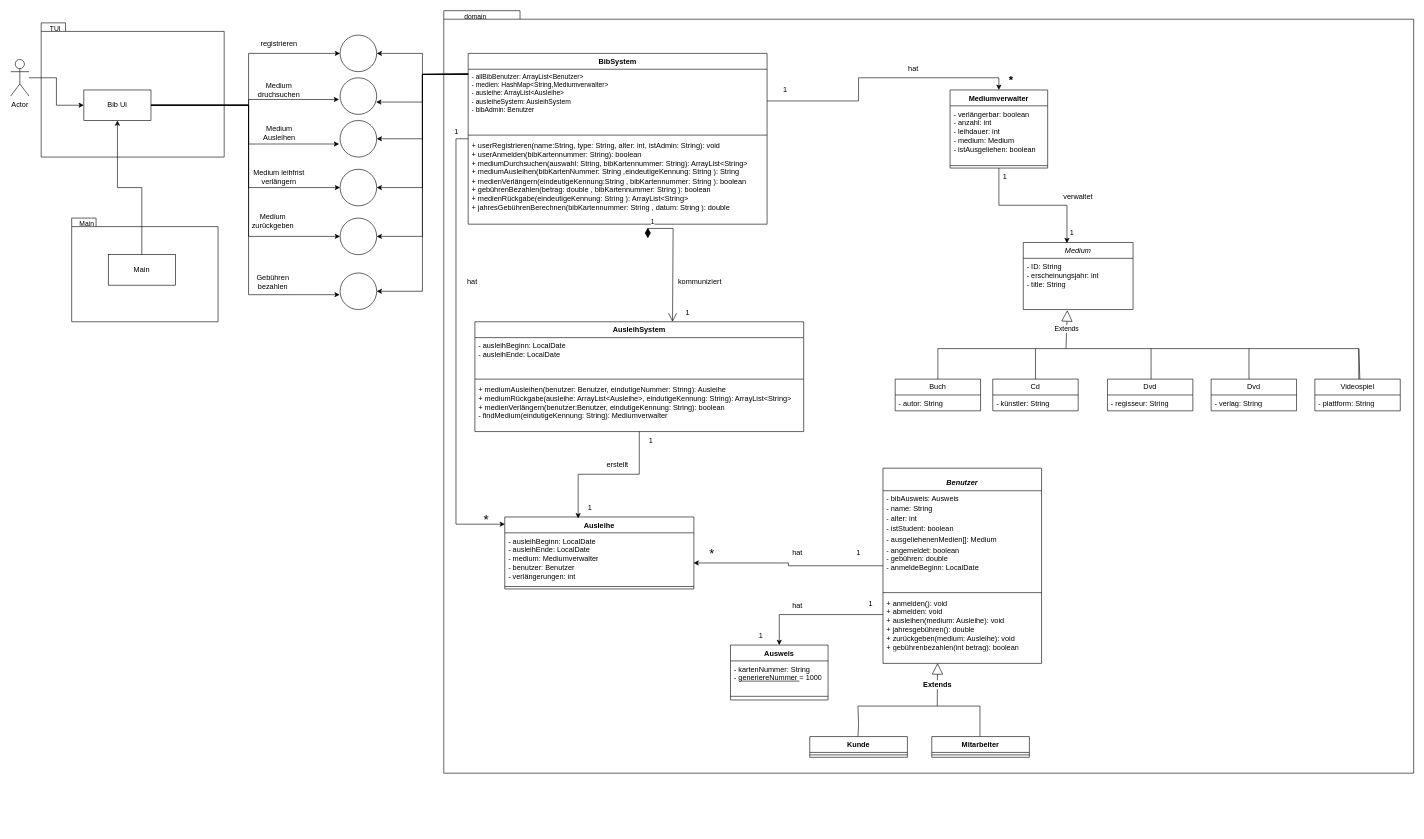
Earlier version of the draw.io diagram Bibliotheksverwaltungssystem/Design/SystemUml.drawio (ObaiAlbek/Bibliotheksverwaltungssystem). Source tidied: cells renumbered, new cells numbered last; positions are measured from the earlier drawing's top-left corner, leaving out a move shared by most shapes. Both pictures are drawn from the tidied source at 61%, with x=0, y=0 at pixel (10, 10).
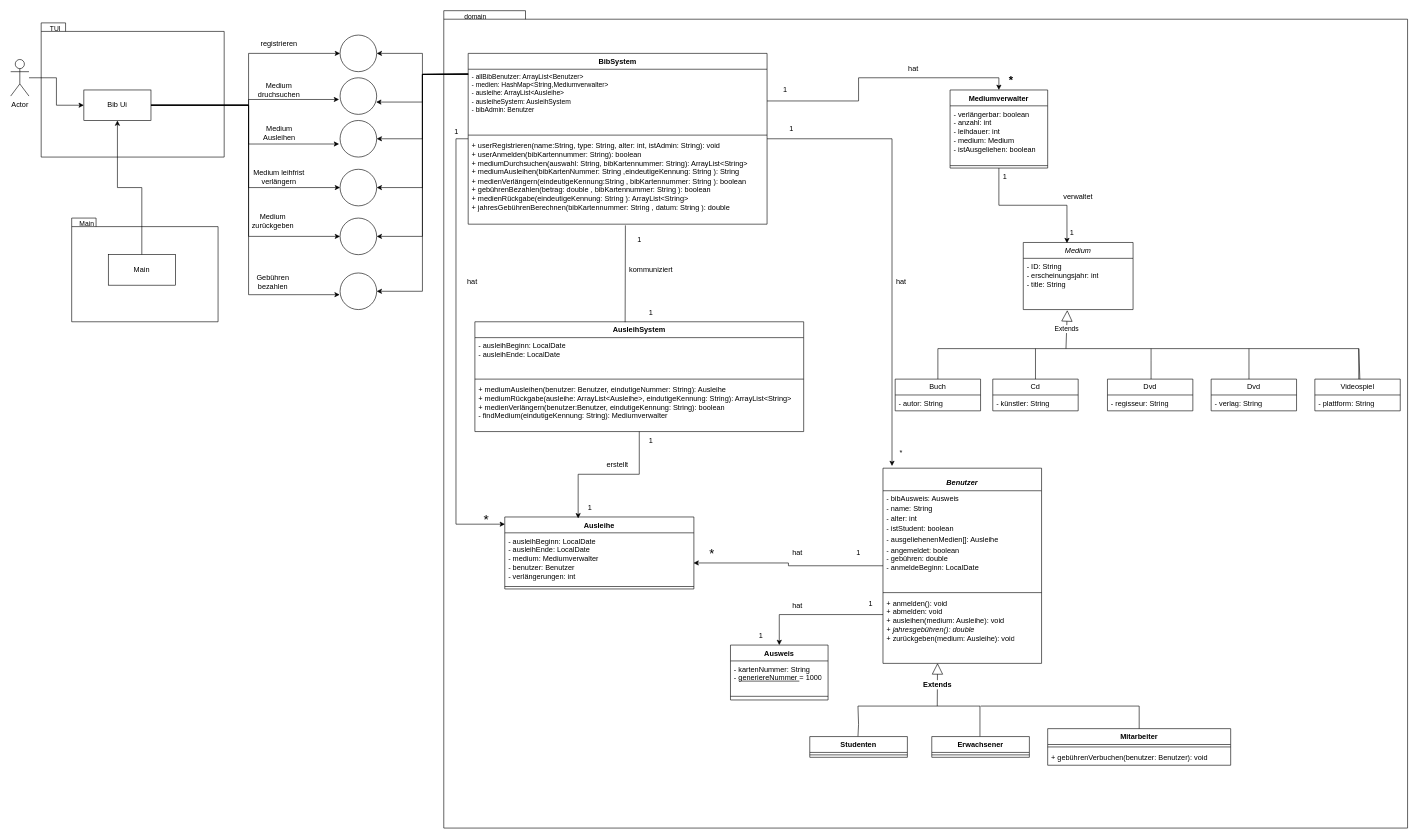
Above is the later version.

Unchanged cells that the change refers to:
```xml
<mxCell id="54" value="&lt;i&gt;Benutzer&lt;/i&gt;" style="swimlane;fontStyle=1;align=center;verticalAlign=top;horizontal=1;startSize=37;whiteSpace=wrap;html=1;strokeColor=default;spacingTop=10;fontFamily=Helvetica;fontSize=12;fontColor=default;fillColor=default;" parent="1" vertex="1">
  <mxGeometry x="1430" y="750" width="260" height="320" as="geometry" />
</mxCell>
<mxCell id="62" value="BibSystem" style="swimlane;fontStyle=1;align=center;verticalAlign=top;horizontal=1;startSize=26;whiteSpace=wrap;html=1;" parent="1" vertex="1">
  <mxGeometry x="750" y="70" width="490" height="280" as="geometry" />
</mxCell>
<mxCell id="65" value="+ userRegistrieren(name:String, type: String, alter: int, istAdmin: String): void&lt;div&gt;+ userAnmelden(bibKartennummer: String): boolean&lt;/div&gt;&lt;div&gt;+&amp;nbsp;mediumDurchsuchen(auswahl: String, bibKartennummer: String): ArrayList&amp;lt;String&amp;gt;&lt;/div&gt;&lt;div&gt;+&amp;nbsp;mediumAusleihen(bibKartenNummer:&amp;nbsp;&lt;span style=&quot;background-color: initial;&quot;&gt;String&lt;/span&gt;&lt;span style=&quot;background-color: initial;&quot;&gt;&amp;nbsp;&lt;/span&gt;&lt;span style=&quot;background-color: initial;&quot;&gt;,eindeutigeKennung:&amp;nbsp;&lt;/span&gt;&lt;span style=&quot;background-color: initial;&quot;&gt;String&lt;/span&gt;&lt;span style=&quot;background-color: initial;&quot;&gt;&amp;nbsp;&lt;/span&gt;&lt;span style=&quot;background-color: initial;&quot;&gt;): String&lt;/span&gt;&lt;/div&gt;&lt;div&gt;&lt;span style=&quot;background-color: initial;&quot;&gt;+&amp;nbsp;&lt;/span&gt;&lt;span style=&quot;background-color: initial;&quot;&gt;medienVerlängern(eindeutigeKennung:&lt;/span&gt;&lt;span style=&quot;background-color: initial;&quot;&gt;String&lt;/span&gt;&lt;span style=&quot;background-color: initial;&quot;&gt;&amp;nbsp;&lt;/span&gt;&lt;span style=&quot;background-color: initial;&quot;&gt;, bibKartennummer:&amp;nbsp;&lt;/span&gt;&lt;span style=&quot;background-color: initial;&quot;&gt;String&lt;/span&gt;&lt;span style=&quot;background-color: initial;&quot;&gt;&amp;nbsp;&lt;/span&gt;&lt;span style=&quot;background-color: initial;&quot;&gt;): boolean&lt;/span&gt;&lt;/div&gt;&lt;div&gt;&lt;span style=&quot;background-color: initial;&quot;&gt;+&amp;nbsp;&lt;/span&gt;&lt;span style=&quot;background-color: initial;&quot;&gt;gebührenBezahlen(betrag:&amp;nbsp;&lt;/span&gt;&lt;span style=&quot;background-color: initial;&quot;&gt;double&lt;/span&gt;&lt;span style=&quot;background-color: initial;&quot;&gt;&amp;nbsp;&lt;/span&gt;&lt;span style=&quot;background-color: initial;&quot;&gt;, bibKartennummer:&amp;nbsp;&lt;/span&gt;&lt;span style=&quot;background-color: initial;&quot;&gt;String&lt;/span&gt;&lt;span style=&quot;background-color: initial;&quot;&gt;&amp;nbsp;&lt;/span&gt;&lt;span style=&quot;background-color: initial;&quot;&gt;): boolean&lt;/span&gt;&lt;/div&gt;&lt;div&gt;&lt;span style=&quot;background-color: initial;&quot;&gt;+&amp;nbsp;&lt;/span&gt;&lt;span style=&quot;background-color: initial;&quot;&gt;medienRückgabe(eindeutigeKennung:&amp;nbsp;&lt;/span&gt;&lt;span style=&quot;background-color: initial;&quot;&gt;String&lt;/span&gt;&lt;span style=&quot;background-color: initial;&quot;&gt;&amp;nbsp;&lt;/span&gt;&lt;span style=&quot;background-color: initial;&quot;&gt;): ArrayList&amp;lt;String&amp;gt;&lt;/span&gt;&lt;/div&gt;&lt;div&gt;&lt;span style=&quot;background-color: initial;&quot;&gt;+&amp;nbsp;&lt;/span&gt;&lt;span style=&quot;background-color: initial;&quot;&gt;jahresGebührenBerechnen(bibKartennummer:&amp;nbsp;&lt;/span&gt;&lt;span style=&quot;background-color: initial;&quot;&gt;String&lt;/span&gt;&lt;span style=&quot;background-color: initial;&quot;&gt;&amp;nbsp;&lt;/span&gt;&lt;span style=&quot;background-color: initial;&quot;&gt;, datum:&amp;nbsp;&lt;/span&gt;&lt;span style=&quot;background-color: initial;&quot;&gt;String&lt;/span&gt;&lt;span style=&quot;background-color: initial;&quot;&gt;&amp;nbsp;&lt;/span&gt;&lt;span style=&quot;background-color: initial;&quot;&gt;): double&lt;/span&gt;&lt;/div&gt;" style="text;strokeColor=none;fillColor=none;align=left;verticalAlign=top;spacingLeft=4;spacingRight=4;overflow=hidden;points=[[0,0.5],[1,0.5]];portConstraint=eastwest;whiteSpace=wrap;html=1;" parent="62" vertex="1">
  <mxGeometry y="138" width="490" height="142" as="geometry" />
</mxCell>
<mxCell id="88" value="AusleihSystem" style="swimlane;fontStyle=1;align=center;verticalAlign=top;horizontal=1;startSize=26;whiteSpace=wrap;html=1;" parent="1" vertex="1">
  <mxGeometry x="761" y="510" width="539" height="180" as="geometry" />
</mxCell>
```

Diff of the diagram source:
```diff
@@
-    <mxCell id="2" style="shape=folder;fontStyle=1;spacingTop=10;tabWidth=40;tabHeight=14;tabPosition=left;html=1;whiteSpace=wrap;" parent="1" vertex="1">
-      <mxGeometry x="710" width="1590" height="1250" as="geometry" />
-    </mxCell>
+    <mxCell id="115" style="shape=folder;fontStyle=1;spacingTop=10;tabWidth=40;tabHeight=14;tabPosition=left;html=1;whiteSpace=wrap;" parent="1" vertex="1">
+      <mxGeometry x="710" width="1580" height="1340" as="geometry" />
+    </mxCell>
@@
-    <mxCell id="55" value="&lt;span style=&quot;font-weight: normal;&quot;&gt;- bibAusweis: Ausweis&lt;/span&gt;&lt;div style=&quot;line-height: 140%;&quot;&gt;&lt;span style=&quot;background-color: initial; font-weight: normal;&quot;&gt;- name: String&lt;/span&gt;&lt;/div&gt;&lt;div style=&quot;line-height: 140%;&quot;&gt;&lt;span style=&quot;background-color: initial; font-weight: normal;&quot;&gt;- alter: int&lt;/span&gt;&lt;/div&gt;&lt;div style=&quot;line-height: 140%;&quot;&gt;&lt;span style=&quot;background-color: initial; font-weight: normal;&quot;&gt;- istStudent: boolean&lt;/span&gt;&lt;/div&gt;&lt;div style=&quot;line-height: 160%;&quot;&gt;&lt;span style=&quot;font-weight: normal;&quot;&gt;-&amp;nbsp;&lt;span style=&quot;background-color: initial;&quot;&gt;ausgeliehenenMedien[]: Medium&lt;/span&gt;&lt;/span&gt;&lt;/div&gt;&lt;div&gt;&lt;span style=&quot;font-weight: normal;&quot;&gt;- angemeldet: boolean&lt;/span&gt;&lt;/div&gt;&lt;div&gt;&lt;span style=&quot;font-weight: normal;&quot;&gt;- gebühren: double&lt;/span&gt;&lt;/div&gt;&lt;div&gt;&lt;span style=&quot;font-weight: normal;&quot;&gt;- anmeldeBeginn: LocalDate&lt;/span&gt;&lt;/div&gt;" style="text;strokeColor=none;fillColor=none;align=left;verticalAlign=top;spacingLeft=4;spacingRight=4;overflow=hidden;whiteSpace=wrap;html=1;fontFamily=Helvetica;fontSize=12;fontColor=default;fontStyle=1;" parent="54" vertex="1">
+    <mxCell id="55" value="&lt;span style=&quot;font-weight: normal;&quot;&gt;- bibAusweis: Ausweis&lt;/span&gt;&lt;div style=&quot;line-height: 140%;&quot;&gt;&lt;span style=&quot;background-color: initial; font-weight: normal;&quot;&gt;- name: String&lt;/span&gt;&lt;/div&gt;&lt;div style=&quot;line-height: 140%;&quot;&gt;&lt;span style=&quot;background-color: initial; font-weight: normal;&quot;&gt;- alter: int&lt;/span&gt;&lt;/div&gt;&lt;div style=&quot;line-height: 140%;&quot;&gt;&lt;span style=&quot;background-color: initial; font-weight: normal;&quot;&gt;- istStudent: boolean&lt;/span&gt;&lt;/div&gt;&lt;div style=&quot;line-height: 160%;&quot;&gt;&lt;span style=&quot;font-weight: normal;&quot;&gt;-&amp;nbsp;&lt;span style=&quot;background-color: initial;&quot;&gt;ausgeliehenenMedien[]: Ausleihe&lt;/span&gt;&lt;/span&gt;&lt;/div&gt;&lt;div&gt;&lt;span style=&quot;font-weight: normal;&quot;&gt;- angemeldet: boolean&lt;/span&gt;&lt;/div&gt;&lt;div&gt;&lt;span style=&quot;font-weight: normal;&quot;&gt;- gebühren: double&lt;/span&gt;&lt;/div&gt;&lt;div&gt;&lt;span style=&quot;font-weight: normal;&quot;&gt;- anmeldeBeginn: LocalDate&lt;/span&gt;&lt;/div&gt;" style="text;strokeColor=none;fillColor=none;align=left;verticalAlign=top;spacingLeft=4;spacingRight=4;overflow=hidden;whiteSpace=wrap;html=1;fontFamily=Helvetica;fontSize=12;fontColor=default;fontStyle=1;" parent="54" vertex="1">
       <mxGeometry y="37" width="260" height="163" as="geometry" />
     </mxCell>
@@
-    <mxCell id="57" value="&lt;span style=&quot;font-weight: normal;&quot;&gt;+ anmelden(): void&lt;/span&gt;&lt;div&gt;&lt;span style=&quot;font-weight: 400;&quot;&gt;+ abmelden: void&lt;br&gt;&lt;/span&gt;&lt;div&gt;&lt;span style=&quot;font-weight: normal;&quot;&gt;+ ausleihen(medium: Ausleihe): void&lt;/span&gt;&lt;/div&gt;&lt;div&gt;&lt;span style=&quot;font-weight: normal; background-color: initial;&quot;&gt;+ jahresgebühren(): double&lt;/span&gt;&lt;/div&gt;&lt;div&gt;&lt;span style=&quot;font-weight: normal;&quot;&gt;+ zurückgeben(medium: Ausleihe): void&lt;/span&gt;&lt;/div&gt;&lt;div&gt;&lt;span style=&quot;font-weight: normal;&quot;&gt;+ gebührenbezahlen(int betrag): boolean&lt;/span&gt;&lt;/div&gt;&lt;/div&gt;" style="text;strokeColor=none;fillColor=none;align=left;verticalAlign=top;spacingLeft=4;spacingRight=4;overflow=hidden;points=[[0,0.5],[1,0.5]];portConstraint=eastwest;whiteSpace=wrap;html=1;fontFamily=Helvetica;fontSize=12;fontColor=default;fontStyle=1;" parent="54" vertex="1">
+    <mxCell id="57" value="&lt;span style=&quot;font-weight: normal;&quot;&gt;+ anmelden(): void&lt;/span&gt;&lt;div&gt;&lt;span style=&quot;font-weight: 400;&quot;&gt;+ abmelden: void&lt;br&gt;&lt;/span&gt;&lt;div&gt;&lt;span style=&quot;font-weight: normal;&quot;&gt;+ ausleihen(medium: Ausleihe): void&lt;/span&gt;&lt;/div&gt;&lt;div&gt;&lt;span style=&quot;font-weight: normal; background-color: initial;&quot;&gt;&lt;i&gt;+ jahresgebühren(): double&lt;/i&gt;&lt;/span&gt;&lt;/div&gt;&lt;div&gt;&lt;span style=&quot;font-weight: normal;&quot;&gt;+ zurückgeben(medium: Ausleihe): void&lt;/span&gt;&lt;/div&gt;&lt;div&gt;&lt;br&gt;&lt;/div&gt;&lt;/div&gt;" style="text;strokeColor=none;fillColor=none;align=left;verticalAlign=top;spacingLeft=4;spacingRight=4;overflow=hidden;points=[[0,0.5],[1,0.5]];portConstraint=eastwest;whiteSpace=wrap;html=1;fontFamily=Helvetica;fontSize=12;fontColor=default;fontStyle=1;" parent="54" vertex="1">
       <mxGeometry y="208" width="260" height="112" as="geometry" />
     </mxCell>
@@
-    <mxCell id="66" value="1" style="endArrow=open;html=1;endSize=12;startArrow=diamondThin;startSize=14;startFill=1;edgeStyle=orthogonalEdgeStyle;align=left;verticalAlign=bottom;rounded=0;entryX=0.5;entryY=0;entryDx=0;entryDy=0;" parent="1" edge="1">
-      <mxGeometry x="-1" y="3" relative="1" as="geometry">
-        <mxPoint x="1044.5" y="356" as="sourcePoint" />
-        <mxPoint x="1085" y="510" as="targetPoint" />
-        <Array as="points">
-          <mxPoint x="1086" y="357" />
-          <mxPoint x="1086" y="510" />
-        </Array>
-      </mxGeometry>
-    </mxCell>
@@
     <mxCell id="87" value="1" style="text;html=1;align=center;verticalAlign=middle;whiteSpace=wrap;rounded=0;" parent="1" vertex="1">
-      <mxGeometry x="1080" y="480" width="60" height="30" as="geometry" />
+      <mxGeometry x="1020" y="480" width="60" height="30" as="geometry" />
     </mxCell>
@@
     <mxCell id="105" value="kommuniziert" style="text;html=1;align=center;verticalAlign=middle;whiteSpace=wrap;rounded=0;" parent="1" vertex="1">
-      <mxGeometry x="1100" y="430" width="60" height="30" as="geometry" />
+      <mxGeometry x="1020" y="410" width="60" height="30" as="geometry" />
     </mxCell>
@@
-    <mxCell id="109" value="Kunde" style="swimlane;fontStyle=1;align=center;verticalAlign=top;horizontal=1;startSize=26;whiteSpace=wrap;html=1;" parent="1" vertex="1">
+    <mxCell id="109" value="Studenten" style="swimlane;fontStyle=1;align=center;verticalAlign=top;horizontal=1;startSize=26;whiteSpace=wrap;html=1;" parent="1" vertex="1">
       <mxGeometry x="1310" y="1190" width="160" height="34" as="geometry" />
     </mxCell>
@@
-    <mxCell id="111" value="Mitarbeiter" style="swimlane;fontStyle=1;align=center;verticalAlign=top;horizontal=1;startSize=26;whiteSpace=wrap;html=1;" parent="1" vertex="1">
-      <mxGeometry x="1510" y="1190" width="160" height="34" as="geometry" />
-    </mxCell>
-    <mxCell id="112" style="line;strokeWidth=1;fillColor=none;align=left;verticalAlign=middle;spacingTop=-1;spacingLeft=3;spacingRight=3;labelPosition=right;strokeColor=inherit;" parent="111" vertex="1">
-      <mxGeometry y="26" width="160" height="8" as="geometry" />
-    </mxCell>
@@
+    <mxCell id="116" style="edgeStyle=orthogonalEdgeStyle;rounded=0;jettySize=auto;html=1;entryX=0.057;entryY=-0.011;entryDx=0;entryDy=0;entryPerimeter=0;" parent="1" edge="1" source="62" target="54">
+      <mxGeometry relative="1" as="geometry" />
+    </mxCell>
+    <mxCell id="117" value="1" style="text;html=1;align=center;verticalAlign=middle;whiteSpace=wrap;rounded=0;" parent="1" vertex="1">
+      <mxGeometry x="1250" y="179" width="60" height="30" as="geometry" />
+    </mxCell>
+    <mxCell id="118" value="hat" style="text;html=1;align=center;verticalAlign=middle;whiteSpace=wrap;rounded=0;" parent="1" vertex="1">
+      <mxGeometry x="1430" y="430" width="60" height="30" as="geometry" />
+    </mxCell>
+    <mxCell id="119" value="*" style="text;html=1;align=center;verticalAlign=middle;whiteSpace=wrap;rounded=0;" parent="1" vertex="1">
+      <mxGeometry x="1430" y="710" width="60" height="30" as="geometry" />
+    </mxCell>
+    <mxCell id="111" value="Mitarbeiter" style="swimlane;fontStyle=1;align=center;verticalAlign=top;horizontal=1;startSize=26;whiteSpace=wrap;html=1;" parent="1" vertex="1">
+      <mxGeometry x="1700" y="1177" width="300" height="60" as="geometry" />
+    </mxCell>
+    <mxCell id="120" style="line;strokeWidth=1;fillColor=none;align=left;verticalAlign=middle;spacingTop=-1;spacingLeft=3;spacingRight=3;labelPosition=right;strokeColor=inherit;" parent="111" vertex="1">
+      <mxGeometry y="26" width="300" height="8" as="geometry" />
+    </mxCell>
+    <mxCell id="121" value="+ gebührenVerbuchen(benutzer: Benutzer): void" style="text;strokeColor=none;fillColor=none;align=left;verticalAlign=top;spacingLeft=4;spacingRight=4;overflow=hidden;whiteSpace=wrap;html=1;" parent="111" vertex="1">
+      <mxGeometry y="34" width="300" height="26" as="geometry" />
+    </mxCell>
+    <mxCell id="122" value="Erwachsener" style="swimlane;fontStyle=1;align=center;verticalAlign=top;horizontal=1;startSize=26;whiteSpace=wrap;html=1;" parent="1" vertex="1">
+      <mxGeometry x="1510" y="1190" width="160" height="34" as="geometry" />
+    </mxCell>
+    <mxCell id="112" style="line;strokeWidth=1;fillColor=none;align=left;verticalAlign=middle;spacingTop=-1;spacingLeft=3;spacingRight=3;labelPosition=right;strokeColor=inherit;" parent="122" vertex="1">
+      <mxGeometry y="26" width="160" height="8" as="geometry" />
+    </mxCell>
+    <mxCell id="123" style="endArrow=none;html=1;rounded=0;" parent="1" edge="1">
+      <mxGeometry relative="1" as="geometry">
+        <mxPoint x="1590" y="1140" as="sourcePoint" />
+        <mxPoint x="1590" y="1140" as="targetPoint" />
+      </mxGeometry>
+    </mxCell>
+    <mxCell id="124" style="endArrow=none;html=1;rounded=0;" parent="1" edge="1">
+      <mxGeometry relative="1" as="geometry">
+        <mxPoint x="1590" y="1140" as="sourcePoint" />
+        <mxPoint x="1850" y="1140" as="targetPoint" />
+      </mxGeometry>
+    </mxCell>
+    <mxCell id="125" style="endArrow=none;html=1;rounded=0;exitX=0.5;exitY=0;exitDx=0;exitDy=0;" parent="1" edge="1" source="111">
+      <mxGeometry relative="1" as="geometry">
+        <mxPoint x="1850" y="1140" as="targetPoint" />
+      </mxGeometry>
+    </mxCell>
+    <mxCell id="126" style="endArrow=none;html=1;rounded=0;exitX=0.457;exitY=0.004;exitDx=0;exitDy=0;exitPerimeter=0;entryX=0.526;entryY=1.014;entryDx=0;entryDy=0;entryPerimeter=0;" parent="1" edge="1" source="88" target="65">
+      <mxGeometry relative="1" as="geometry" />
+    </mxCell>
+    <mxCell id="127" value="1" style="text;html=1;align=center;verticalAlign=middle;whiteSpace=wrap;rounded=0;" parent="1" vertex="1">
+      <mxGeometry x="1000.5" y="360" width="60" height="30" as="geometry" />
+    </mxCell>
```
